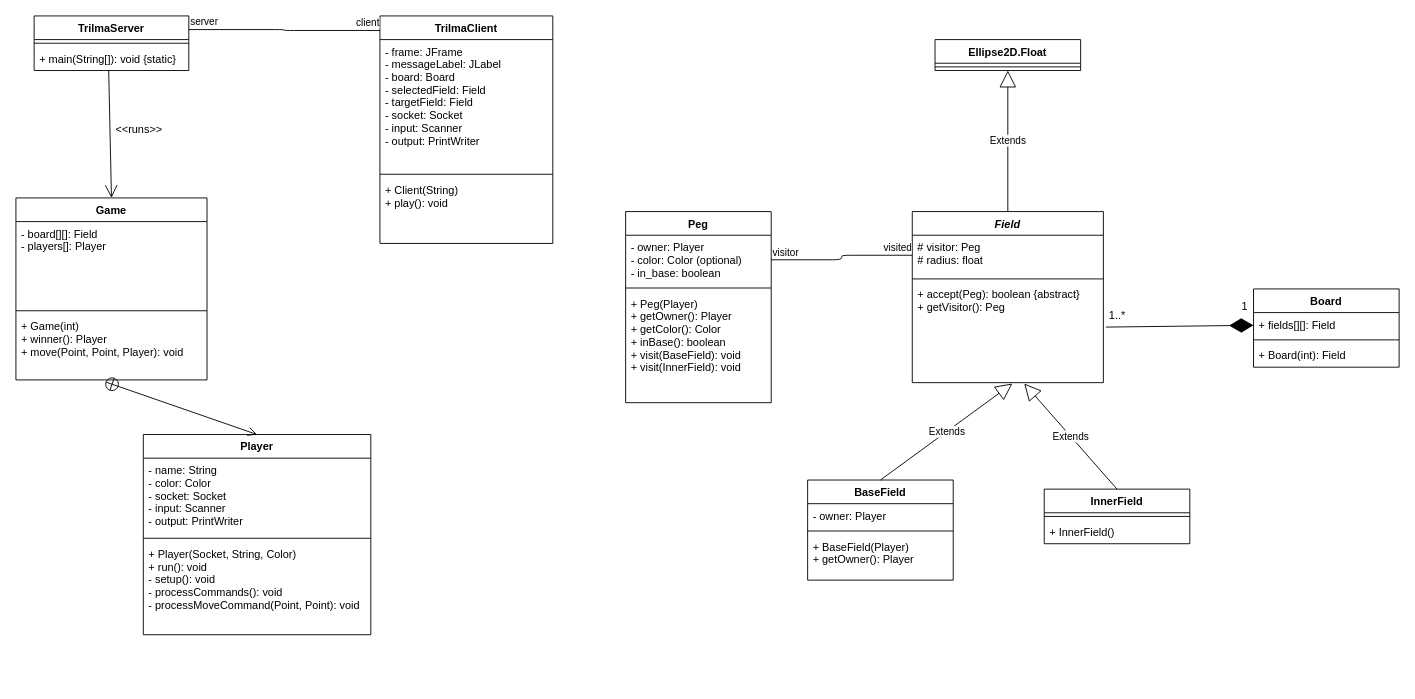
Before: class_diagram.drawio in Chelkos/TP_L4-chinese-checkers, a draw.io diagram. Source tidied: cells renumbered, new cells numbered last; positions are measured from the earlier drawing's top-left corner, leaving out a move shared by most shapes. Both pictures are drawn from the tidied source at 91%, with x=0, y=0 at pixel (15, 15).
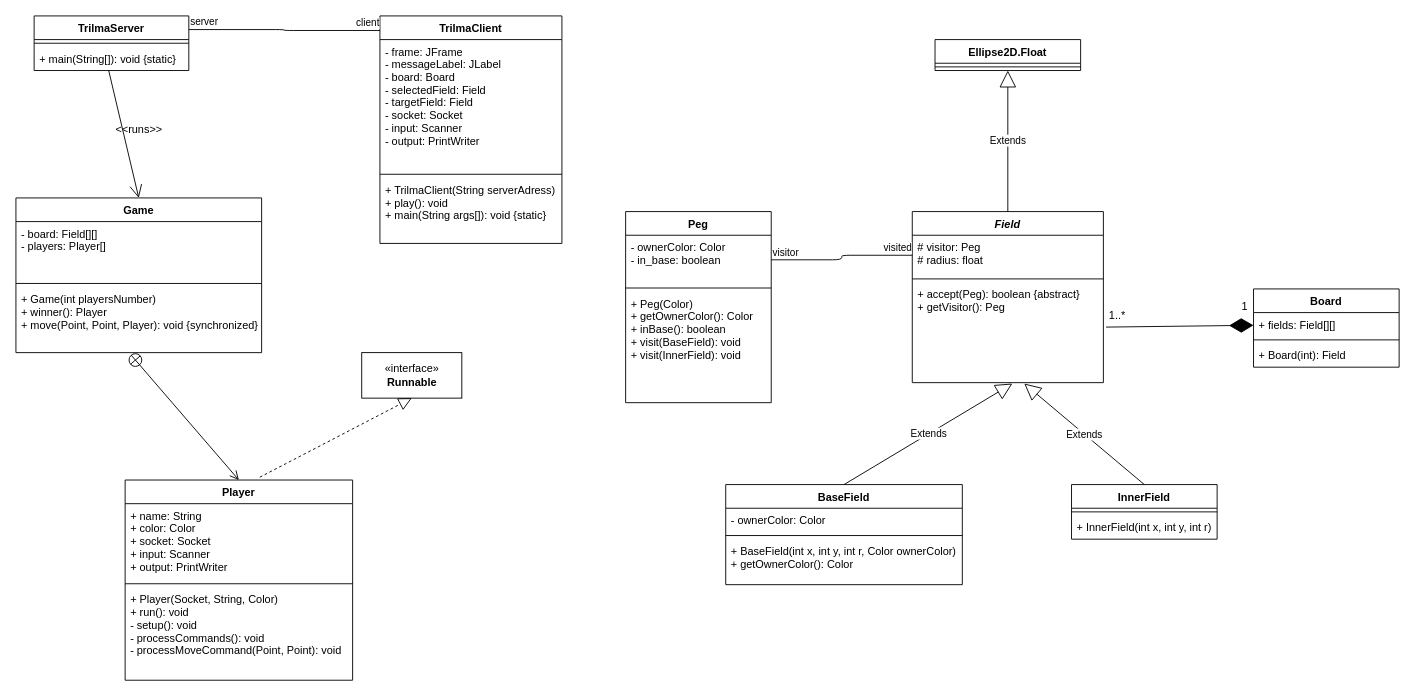
Above is the later version.

Unchanged cells that the change refers to:
```xml
<mxCell id="16" value="Peg" style="swimlane;fontStyle=1;align=center;verticalAlign=top;horizontal=1;startSize=26;" parent="1" vertex="1">
  <mxGeometry x="670" y="215" width="160" height="210" as="geometry" />
</mxCell>
<mxCell id="49" value="Board" style="swimlane;fontStyle=1;align=center;verticalAlign=top;horizontal=1;startSize=26;" parent="1" vertex="1">
  <mxGeometry x="1360" y="300" width="160" height="86" as="geometry" />
</mxCell>
```

Diff of the diagram source:
```diff
@@
     <mxCell id="8" value="TrilmaClient" style="swimlane;fontStyle=1;align=center;verticalAlign=top;horizontal=1;startSize=26;" parent="1" vertex="1">
-      <mxGeometry x="400" width="190" height="250" as="geometry" />
+      <mxGeometry x="400" width="200" height="250" as="geometry" />
     </mxCell>
     <mxCell id="9" value="- frame: JFrame&#10;- messageLabel: JLabel&#10;- board: Board&#10;- selectedField: Field&#10;- targetField: Field&#10;- socket: Socket&#10;- input: Scanner&#10;- output: PrintWriter" style="text;strokeColor=none;fillColor=none;align=left;verticalAlign=top;spacingLeft=4;spacingRight=4;overflow=hidden;" parent="8" vertex="1">
-      <mxGeometry y="26" width="190" height="144" as="geometry" />
+      <mxGeometry y="26" width="200" height="144" as="geometry" />
     </mxCell>
     <mxCell id="10" style="line;strokeWidth=1;fillColor=none;align=left;verticalAlign=middle;spacingTop=-1;spacingLeft=3;spacingRight=3;labelPosition=right;" parent="8" vertex="1">
-      <mxGeometry y="170" width="190" height="8" as="geometry" />
+      <mxGeometry y="170" width="200" height="8" as="geometry" />
     </mxCell>
-    <mxCell id="11" value="+ Client(String)&#10;+ play(): void" style="text;strokeColor=none;fillColor=none;align=left;verticalAlign=top;spacingLeft=4;spacingRight=4;overflow=hidden;" parent="8" vertex="1">
-      <mxGeometry y="178" width="190" height="72" as="geometry" />
+    <mxCell id="11" value="+ TrilmaClient(String serverAdress)&#10;+ play(): void&#10;+ main(String args[]): void {static}" style="text;strokeColor=none;fillColor=none;align=left;verticalAlign=top;spacingLeft=4;spacingRight=4;overflow=hidden;" parent="8" vertex="1">
+      <mxGeometry y="178" width="200" height="72" as="geometry" />
     </mxCell>
     <mxCell id="12" value="Player" style="swimlane;fontStyle=1;align=center;verticalAlign=top;horizontal=1;startSize=26;" parent="1" vertex="1">
-      <mxGeometry x="140" y="460" width="250" height="220" as="geometry" />
+      <mxGeometry x="120" y="510" width="250" height="220" as="geometry" />
     </mxCell>
-    <mxCell id="13" value="- name: String&#10;- color: Color&#10;- socket: Socket&#10;- input: Scanner&#10;- output: PrintWriter" style="text;strokeColor=none;fillColor=none;align=left;verticalAlign=top;spacingLeft=4;spacingRight=4;overflow=hidden;" parent="12" vertex="1">
+    <mxCell id="13" value="+ name: String&#10;+ color: Color&#10;+ socket: Socket&#10;+ input: Scanner&#10;+ output: PrintWriter" style="text;strokeColor=none;fillColor=none;align=left;verticalAlign=top;spacingLeft=4;spacingRight=4;overflow=hidden;" parent="12" vertex="1">
       <mxGeometry y="26" width="250" height="84" as="geometry" />
     </mxCell>
@@
-    <mxCell id="17" value="- owner: Player&#10;- color: Color (optional)&#10;- in_base: boolean" style="text;strokeColor=none;fillColor=none;align=left;verticalAlign=top;spacingLeft=4;spacingRight=4;overflow=hidden;points=[[0,0.5],[1,0.5]];portConstraint=eastwest;" parent="16" vertex="1">
+    <mxCell id="17" value="- ownerColor: Color&#10;- in_base: boolean" style="text;strokeColor=none;fillColor=none;align=left;verticalAlign=top;spacingLeft=4;spacingRight=4;overflow=hidden;points=[[0,0.5],[1,0.5]];portConstraint=eastwest;" parent="16" vertex="1">
       <mxGeometry y="26" width="160" height="54" as="geometry" />
     </mxCell>
@@
-    <mxCell id="19" value="+ Peg(Player)&#10;+ getOwner(): Player&#10;+ getColor(): Color&#10;+ inBase(): boolean&#10;+ visit(BaseField): void&#10;+ visit(InnerField): void" style="text;strokeColor=none;fillColor=none;align=left;verticalAlign=top;spacingLeft=4;spacingRight=4;overflow=hidden;" parent="16" vertex="1">
+    <mxCell id="19" value="+ Peg(Color)&#10;+ getOwnerColor(): Color&#10;+ inBase(): boolean&#10;+ visit(BaseField): void&#10;+ visit(InnerField): void" style="text;strokeColor=none;fillColor=none;align=left;verticalAlign=top;spacingLeft=4;spacingRight=4;overflow=hidden;" parent="16" vertex="1">
       <mxGeometry y="88" width="160" height="122" as="geometry" />
     </mxCell>
@@
     <mxCell id="24" value="BaseField" style="swimlane;fontStyle=1;align=center;verticalAlign=top;horizontal=1;startSize=26;" parent="1" vertex="1">
-      <mxGeometry x="870" y="510" width="160" height="110" as="geometry" />
+      <mxGeometry x="780" y="515" width="260" height="110" as="geometry" />
     </mxCell>
-    <mxCell id="25" value="- owner: Player" style="text;strokeColor=none;fillColor=none;align=left;verticalAlign=top;spacingLeft=4;spacingRight=4;overflow=hidden;" parent="24" vertex="1">
-      <mxGeometry y="26" width="160" height="26" as="geometry" />
+    <mxCell id="25" value="- ownerColor: Color" style="text;strokeColor=none;fillColor=none;align=left;verticalAlign=top;spacingLeft=4;spacingRight=4;overflow=hidden;" parent="24" vertex="1">
+      <mxGeometry y="26" width="260" height="26" as="geometry" />
     </mxCell>
     <mxCell id="26" style="line;strokeWidth=1;fillColor=none;align=left;verticalAlign=middle;spacingTop=-1;spacingLeft=3;spacingRight=3;labelPosition=right;" parent="24" vertex="1">
-      <mxGeometry y="52" width="160" height="8" as="geometry" />
+      <mxGeometry y="52" width="260" height="8" as="geometry" />
     </mxCell>
-    <mxCell id="27" value="+ BaseField(Player)&#10;+ getOwner(): Player" style="text;strokeColor=none;fillColor=none;align=left;verticalAlign=top;spacingLeft=4;spacingRight=4;overflow=hidden;" parent="24" vertex="1">
-      <mxGeometry y="60" width="160" height="50" as="geometry" />
+    <mxCell id="27" value="+ BaseField(int x, int y, int r, Color ownerColor)&#10;+ getOwnerColor(): Color" style="text;strokeColor=none;fillColor=none;align=left;verticalAlign=top;spacingLeft=4;spacingRight=4;overflow=hidden;" parent="24" vertex="1">
+      <mxGeometry y="60" width="260" height="50" as="geometry" />
     </mxCell>
     <mxCell id="28" value="InnerField" style="swimlane;fontStyle=1;align=center;verticalAlign=top;horizontal=1;startSize=26;" parent="1" vertex="1">
-      <mxGeometry x="1130" y="520" width="160" height="60" as="geometry" />
+      <mxGeometry x="1160" y="515" width="160" height="60" as="geometry" />
     </mxCell>
@@
-    <mxCell id="30" value="+ InnerField()" style="text;strokeColor=none;fillColor=none;align=left;verticalAlign=top;spacingLeft=4;spacingRight=4;overflow=hidden;" parent="28" vertex="1">
+    <mxCell id="30" value="+ InnerField(int x, int y, int r)" style="text;strokeColor=none;fillColor=none;align=left;verticalAlign=top;spacingLeft=4;spacingRight=4;overflow=hidden;" parent="28" vertex="1">
       <mxGeometry y="34" width="160" height="26" as="geometry" />
     </mxCell>
@@
     <mxCell id="36" value="Game" style="swimlane;fontStyle=1;align=center;verticalAlign=top;horizontal=1;startSize=26;" parent="1" vertex="1">
-      <mxGeometry y="200" width="210" height="200" as="geometry" />
+      <mxGeometry y="200" width="270" height="170" as="geometry" />
     </mxCell>
-    <mxCell id="37" value="- board[][]: Field&#10;- players[]: Player" style="text;strokeColor=none;fillColor=none;align=left;verticalAlign=top;spacingLeft=4;spacingRight=4;overflow=hidden;" parent="36" vertex="1">
-      <mxGeometry y="26" width="210" height="94" as="geometry" />
+    <mxCell id="37" value="- board: Field[][]&#10;- players: Player[]" style="text;strokeColor=none;fillColor=none;align=left;verticalAlign=top;spacingLeft=4;spacingRight=4;overflow=hidden;" parent="36" vertex="1">
+      <mxGeometry y="26" width="270" height="64" as="geometry" />
     </mxCell>
     <mxCell id="38" style="line;strokeWidth=1;fillColor=none;align=left;verticalAlign=middle;spacingTop=-1;spacingLeft=3;spacingRight=3;labelPosition=right;" parent="36" vertex="1">
-      <mxGeometry y="120" width="210" height="8" as="geometry" />
+      <mxGeometry y="90" width="270" height="8" as="geometry" />
     </mxCell>
-    <mxCell id="39" value="+ Game(int)&#10;+ winner(): Player&#10;+ move(Point, Point, Player): void" style="text;strokeColor=none;fillColor=none;align=left;verticalAlign=top;spacingLeft=4;spacingRight=4;overflow=hidden;points=[[0,0.5],[1,0.5]];portConstraint=eastwest;" parent="36" vertex="1">
-      <mxGeometry y="128" width="210" height="72" as="geometry" />
+    <mxCell id="39" value="+ Game(int playersNumber)&#10;+ winner(): Player&#10;+ move(Point, Point, Player): void {synchronized}" style="text;strokeColor=none;fillColor=none;align=left;verticalAlign=top;spacingLeft=4;spacingRight=4;overflow=hidden;points=[[0,0.5],[1,0.5]];portConstraint=eastwest;" parent="36" vertex="1">
+      <mxGeometry y="98" width="270" height="72" as="geometry" />
     </mxCell>
@@
-    <mxCell id="50" value="+ fields[][]: Field" style="text;strokeColor=none;fillColor=none;align=left;verticalAlign=top;spacingLeft=4;spacingRight=4;overflow=hidden;points=[[0,0.5],[1,0.5]];portConstraint=eastwest;" parent="49" vertex="1">
+    <mxCell id="50" value="+ fields: Field[][]" style="text;strokeColor=none;fillColor=none;align=left;verticalAlign=top;spacingLeft=4;spacingRight=4;overflow=hidden;points=[[0,0.5],[1,0.5]];portConstraint=eastwest;" parent="49" vertex="1">
       <mxGeometry y="26" width="160" height="26" as="geometry" />
     </mxCell>
@@
+    <mxCell id="53" value="«interface»&lt;br&gt;&lt;b&gt;Runnable&lt;/b&gt;" style="html=1;" parent="1" vertex="1">
+      <mxGeometry x="380" y="370" width="110" height="50" as="geometry" />
+    </mxCell>
+    <mxCell id="54" style="endArrow=block;dashed=1;endFill=0;endSize=12;html=1;exitX=0.592;exitY=-0.014;exitDx=0;exitDy=0;exitPerimeter=0;entryX=0.5;entryY=1;entryDx=0;entryDy=0;" parent="1" edge="1" source="12" target="53">
+      <mxGeometry relative="1" as="geometry" />
+    </mxCell>
```
